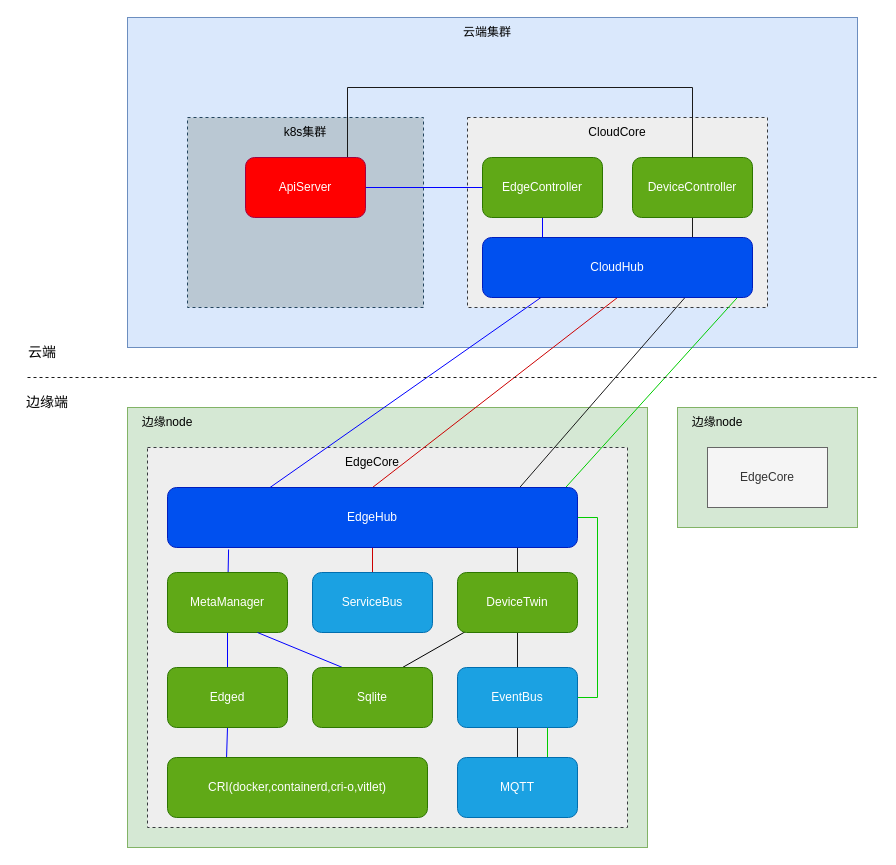
adtxgc/diagrams keeps this draw.io diagram as page "物理架构图" (2 of 2) of kubeedge架构图.drawio. Above is the earlier version. Source tidied: cells renumbered, new cells numbered last; positions are measured from the earlier drawing's top-left corner, leaving out a move shared by most shapes. Both pictures are drawn from the tidied source at 100%, with x=0, y=0 at pixel (17, 17).
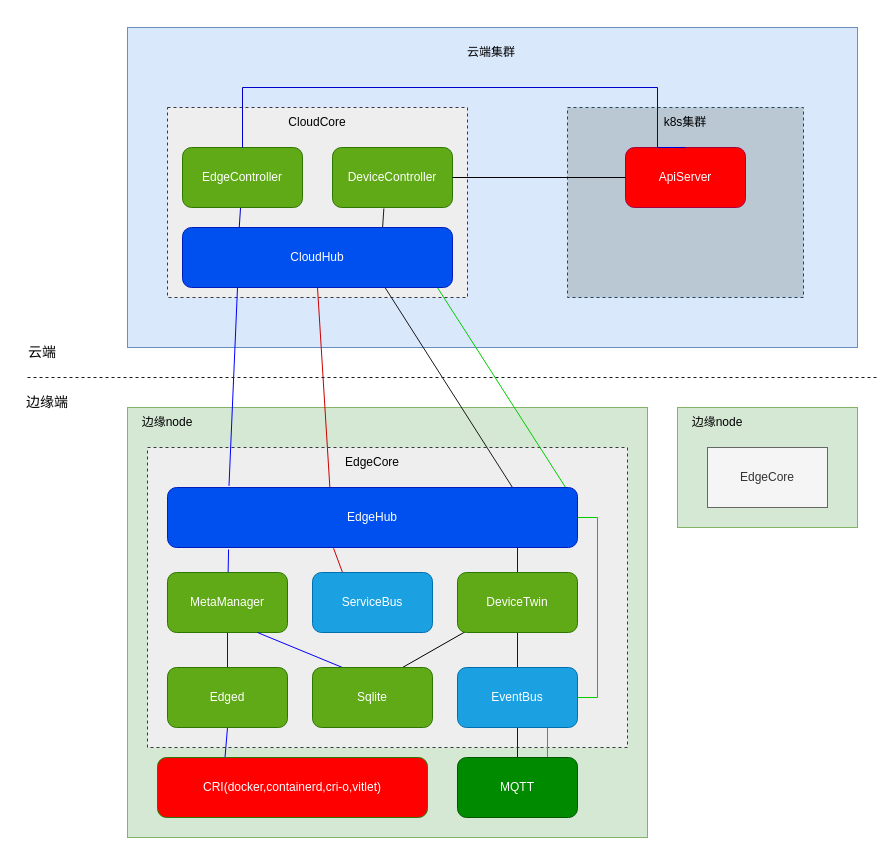
After the change.

Unchanged cells that the change refers to:
```xml
<mxCell id="24" value="EdgeHub" style="rounded=1;whiteSpace=wrap;html=1;fillColor=#0050ef;fontColor=#ffffff;strokeColor=#001DBC;" parent="1" vertex="1">
  <mxGeometry x="150" y="470" width="410" height="60" as="geometry" />
</mxCell>
<mxCell id="31" value="Edged" style="rounded=1;whiteSpace=wrap;html=1;fillColor=#60a917;fontColor=#ffffff;strokeColor=#2D7600;" parent="1" vertex="1">
  <mxGeometry x="150" y="650" width="120" height="60" as="geometry" />
</mxCell>
<mxCell id="35" value="ServiceBus" style="rounded=1;whiteSpace=wrap;html=1;fillColor=#1ba1e2;fontColor=#ffffff;strokeColor=#006EAF;" parent="1" vertex="1">
  <mxGeometry x="295" y="555" width="120" height="60" as="geometry" />
</mxCell>
```

The edit, as a diff of the source:
```diff
@@
     <mxCell id="2" style="rounded=0;whiteSpace=wrap;html=1;fillColor=#dae8fc;strokeColor=#6c8ebf;" parent="1" vertex="1">
-      <mxGeometry x="110" width="730" height="330" as="geometry" />
+      <mxGeometry x="110" y="10" width="730" height="320" as="geometry" />
     </mxCell>
     <mxCell id="3" style="rounded=0;whiteSpace=wrap;html=1;fillColor=#d5e8d4;strokeColor=#82b366;" parent="1" vertex="1">
-      <mxGeometry x="110" y="390" width="520" height="440" as="geometry" />
+      <mxGeometry x="110" y="390" width="520" height="430" as="geometry" />
     </mxCell>
@@
     <mxCell id="5" style="rounded=0;whiteSpace=wrap;html=1;dashed=1;fillColor=#eeeeee;strokeColor=#36393d;" parent="1" vertex="1">
-      <mxGeometry x="130" y="430" width="480" height="380" as="geometry" />
+      <mxGeometry x="130" y="430" width="480" height="300" as="geometry" />
     </mxCell>
-    <mxCell id="6" style="rounded=0;whiteSpace=wrap;html=1;dashed=1;fillColor=#bac8d3;strokeColor=#23445d;" parent="1" vertex="1">
-      <mxGeometry x="170" y="100" width="236" height="190" as="geometry" />
-    </mxCell>
     <mxCell id="7" style="rounded=0;whiteSpace=wrap;html=1;dashed=1;fillColor=#eeeeee;strokeColor=#36393d;" parent="1" vertex="1">
-      <mxGeometry x="450" y="100" width="300" height="190" as="geometry" />
+      <mxGeometry x="150" y="90" width="300" height="190" as="geometry" />
     </mxCell>
-    <mxCell id="8" style="edgeStyle=none;rounded=0;jettySize=auto;html=1;exitX=0.5;exitY=1;exitDx=0;exitDy=0;entryX=0.5;entryY=0;entryDx=0;entryDy=0;endArrow=none;endFill=0;strokeColor=#CC0000;" parent="1" edge="1" source="42" target="24">
+    <mxCell id="8" style="edgeStyle=none;rounded=0;jettySize=auto;html=1;exitX=0.5;exitY=1;exitDx=0;exitDy=0;entryX=0.396;entryY=0;entryDx=0;entryDy=0;endArrow=none;endFill=0;strokeColor=#CC0000;entryPerimeter=0;" parent="1" edge="1" source="42" target="24">
       <mxGeometry relative="1" as="geometry" />
     </mxCell>
-    <mxCell id="9" style="edgeStyle=none;rounded=0;jettySize=auto;html=1;exitX=0.75;exitY=1;exitDx=0;exitDy=0;entryX=0.859;entryY=0;entryDx=0;entryDy=0;endArrow=none;endFill=0;strokeColor=#1A1A1A;entryPerimeter=0;" parent="1" edge="1" source="42" target="24">
+    <mxCell id="9" style="edgeStyle=none;rounded=0;jettySize=auto;html=1;exitX=0.75;exitY=1;exitDx=0;exitDy=0;entryX=0.844;entryY=0.027;entryDx=0;entryDy=0;endArrow=none;endFill=0;strokeColor=#1A1A1A;entryPerimeter=0;" parent="1" edge="1" source="42" target="24">
       <mxGeometry relative="1" as="geometry" />
     </mxCell>
@@
-    <mxCell id="11" style="edgeStyle=none;rounded=0;jettySize=auto;html=1;entryX=0.25;entryY=0;entryDx=0;entryDy=0;endArrow=none;endFill=0;strokeColor=#0000FF;exitX=0.222;exitY=0.983;exitDx=0;exitDy=0;exitPerimeter=0;" parent="1" edge="1" source="42" target="24">
-      <mxGeometry relative="1" as="geometry" />
+    <mxCell id="11" style="edgeStyle=none;rounded=0;jettySize=auto;html=1;entryX=0.15;entryY=-0.027;entryDx=0;entryDy=0;endArrow=none;endFill=0;strokeColor=#0000FF;entryPerimeter=0;" parent="1" edge="1" target="24">
+      <mxGeometry relative="1" as="geometry">
+        <mxPoint x="220" y="270" as="sourcePoint" />
+      </mxGeometry>
     </mxCell>
-    <mxCell id="12" style="rounded=0;jettySize=auto;html=1;exitX=0.5;exitY=1;exitDx=0;exitDy=0;endArrow=none;endFill=0;strokeColor=#0000FF;" parent="1" edge="1" source="13">
-      <mxGeometry relative="1" as="geometry">
-        <mxPoint x="525" y="220" as="targetPoint" />
-      </mxGeometry>
-    </mxCell>
+    <mxCell id="50" style="rounded=0;jettySize=auto;html=1;entryX=0.21;entryY=0.013;entryDx=0;entryDy=0;strokeColor=#0000CC;endArrow=none;endFill=0;entryPerimeter=0;" parent="1" edge="1" source="13" target="42">
+      <mxGeometry relative="1" as="geometry" />
+    </mxCell>
     <mxCell id="13" value="EdgeController" style="rounded=1;whiteSpace=wrap;html=1;fillColor=#60a917;fontColor=#ffffff;strokeColor=#2D7600;" parent="1" vertex="1">
-      <mxGeometry x="465" y="140" width="120" height="60" as="geometry" />
+      <mxGeometry x="165" y="130" width="120" height="60" as="geometry" />
     </mxCell>
-    <mxCell id="14" style="edgeStyle=none;rounded=0;jettySize=auto;html=1;exitX=0.5;exitY=1;exitDx=0;exitDy=0;endArrow=none;endFill=0;strokeColor=#1A1A1A;" parent="1" edge="1" source="15">
-      <mxGeometry relative="1" as="geometry">
-        <mxPoint x="675" y="220" as="targetPoint" />
-      </mxGeometry>
+    <mxCell id="14" style="edgeStyle=none;rounded=0;jettySize=auto;html=1;exitX=0.428;exitY=1.016;exitDx=0;exitDy=0;endArrow=none;endFill=0;strokeColor=#1A1A1A;exitPerimeter=0;entryX=0.741;entryY=0.008;entryDx=0;entryDy=0;entryPerimeter=0;" parent="1" edge="1" source="15" target="42">
+      <mxGeometry relative="1" as="geometry" />
     </mxCell>
     <mxCell id="15" value="DeviceController" style="rounded=1;whiteSpace=wrap;html=1;fillColor=#60a917;fontColor=#ffffff;strokeColor=#2D7600;" parent="1" vertex="1">
-      <mxGeometry x="615" y="140" width="120" height="60" as="geometry" />
+      <mxGeometry x="315" y="130" width="120" height="60" as="geometry" />
     </mxCell>
     <mxCell id="16" value="CloudCore" style="text;html=1;strokeColor=none;fillColor=none;align=center;verticalAlign=middle;whiteSpace=wrap;rounded=0;" parent="1" vertex="1">
-      <mxGeometry x="570" y="100" width="60" height="30" as="geometry" />
+      <mxGeometry x="270" y="90" width="60" height="30" as="geometry" />
     </mxCell>
-    <mxCell id="17" style="rounded=0;jettySize=auto;html=1;exitX=1;exitY=0.5;exitDx=0;exitDy=0;entryX=0;entryY=0.5;entryDx=0;entryDy=0;endArrow=none;endFill=0;strokeColor=#0000FF;" parent="1" edge="1" source="19" target="13">
-      <mxGeometry relative="1" as="geometry" />
-    </mxCell>
-    <mxCell id="18" style="edgeStyle=orthogonalEdgeStyle;rounded=0;jettySize=auto;html=1;entryX=0.5;entryY=0;entryDx=0;entryDy=0;endArrow=none;endFill=0;strokeColor=#1A1A1A;" parent="1" edge="1" source="19" target="15">
-      <mxGeometry relative="1" as="geometry">
-        <Array as="points">
-          <mxPoint x="330" y="70" />
-          <mxPoint x="675" y="70" />
-        </Array>
-      </mxGeometry>
-    </mxCell>
-    <mxCell id="19" value="ApiServer" style="rounded=1;whiteSpace=wrap;html=1;fillColor=#FF0000;fontColor=#ffffff;strokeColor=#A50040;" parent="1" vertex="1">
-      <mxGeometry x="228" y="140" width="120" height="60" as="geometry" />
-    </mxCell>
@@
-    <mxCell id="23" style="edgeStyle=none;rounded=0;jettySize=auto;html=1;exitX=0.5;exitY=1;exitDx=0;exitDy=0;entryX=0.5;entryY=0;entryDx=0;entryDy=0;endArrow=none;endFill=0;strokeColor=#CC0000;" parent="1" edge="1" source="24" target="35">
+    <mxCell id="23" style="edgeStyle=none;rounded=0;jettySize=auto;html=1;exitX=0.405;exitY=1.013;exitDx=0;exitDy=0;entryX=0.25;entryY=0;entryDx=0;entryDy=0;endArrow=none;endFill=0;strokeColor=#CC0000;exitPerimeter=0;" parent="1" edge="1" source="24" target="35">
       <mxGeometry relative="1" as="geometry" />
     </mxCell>
@@
-    <mxCell id="30" style="edgeStyle=none;rounded=0;jettySize=auto;html=1;endArrow=none;endFill=0;strokeColor=#0000FF;entryX=0.227;entryY=0.017;entryDx=0;entryDy=0;exitX=0.5;exitY=1;exitDx=0;exitDy=0;entryPerimeter=0;" parent="1" edge="1" source="31" target="45">
-      <mxGeometry relative="1" as="geometry" />
+    <mxCell id="30" style="edgeStyle=none;rounded=0;jettySize=auto;html=1;endArrow=none;endFill=0;strokeColor=#0000FF;entryX=0.25;entryY=0;entryDx=0;entryDy=0;" parent="1" edge="1" target="45">
+      <mxGeometry relative="1" as="geometry">
+        <mxPoint x="210" y="710" as="sourcePoint" />
+      </mxGeometry>
     </mxCell>
@@
     <mxCell id="42" value="CloudHub" style="rounded=1;whiteSpace=wrap;html=1;fillColor=#0050ef;fontColor=#ffffff;strokeColor=#001DBC;" parent="1" vertex="1">
-      <mxGeometry x="465" y="220" width="270" height="60" as="geometry" />
+      <mxGeometry x="165" y="210" width="270" height="60" as="geometry" />
     </mxCell>
-    <mxCell id="43" value="k8s集群" style="text;html=1;strokeColor=none;fillColor=none;align=center;verticalAlign=middle;whiteSpace=wrap;rounded=0;" parent="1" vertex="1">
-      <mxGeometry x="258" y="100" width="60" height="30" as="geometry" />
-    </mxCell>
     <mxCell id="44" value="云端集群" style="text;html=1;strokeColor=none;fillColor=none;align=center;verticalAlign=middle;whiteSpace=wrap;rounded=0;" parent="1" vertex="1">
-      <mxGeometry x="440" width="60" height="30" as="geometry" />
+      <mxGeometry x="444" y="20" width="60" height="30" as="geometry" />
     </mxCell>
-    <mxCell id="45" value="CRI(docker,containerd,cri-o,vitlet)" style="rounded=1;whiteSpace=wrap;html=1;fillColor=#60a917;fontColor=#ffffff;strokeColor=#2D7600;" parent="1" vertex="1">
-      <mxGeometry x="150" y="740" width="260" height="60" as="geometry" />
+    <mxCell id="45" value="CRI(docker,containerd,cri-o,vitlet)" style="rounded=1;whiteSpace=wrap;html=1;fillColor=#FF0000;fontColor=#ffffff;strokeColor=#2D7600;" parent="1" vertex="1">
+      <mxGeometry x="140" y="740" width="270" height="60" as="geometry" />
     </mxCell>
-    <mxCell id="46" value="MQTT" style="rounded=1;whiteSpace=wrap;html=1;fillColor=#1ba1e2;fontColor=#ffffff;strokeColor=#006EAF;" parent="1" vertex="1">
+    <mxCell id="46" value="MQTT" style="rounded=1;whiteSpace=wrap;html=1;fillColor=#008a00;fontColor=#ffffff;strokeColor=#005700;" parent="1" vertex="1">
       <mxGeometry x="440" y="740" width="120" height="60" as="geometry" />
     </mxCell>
@@
+    <mxCell id="51" style="group;" parent="1" vertex="1">
+      <mxGeometry x="550" y="90" width="236" height="190" as="geometry" />
+    </mxCell>
+    <mxCell id="6" style="rounded=0;whiteSpace=wrap;html=1;dashed=1;fillColor=#bac8d3;strokeColor=#23445d;" parent="51" vertex="1">
+      <mxGeometry width="236" height="190" as="geometry" />
+    </mxCell>
+    <mxCell id="19" value="ApiServer" style="rounded=1;whiteSpace=wrap;html=1;fillColor=#FF0000;fontColor=#ffffff;strokeColor=#A50040;" parent="51" vertex="1">
+      <mxGeometry x="58" y="40" width="120" height="60" as="geometry" />
+    </mxCell>
+    <mxCell id="43" value="k8s集群" style="text;html=1;strokeColor=none;fillColor=none;align=center;verticalAlign=middle;whiteSpace=wrap;rounded=0;" parent="51" vertex="1">
+      <mxGeometry x="84" width="68" height="30" as="geometry" />
+    </mxCell>
+    <mxCell id="12" style="rounded=0;jettySize=auto;html=1;exitX=1;exitY=0.5;exitDx=0;exitDy=0;endArrow=none;endFill=0;strokeColor=#000000;entryX=0;entryY=0.5;entryDx=0;entryDy=0;" parent="1" edge="1" source="15" target="19">
+      <mxGeometry relative="1" as="geometry" />
+    </mxCell>
+    <mxCell id="52" style="edgeStyle=orthogonalEdgeStyle;rounded=0;jettySize=auto;html=1;entryX=0.5;entryY=0;entryDx=0;entryDy=0;endArrow=none;endFill=0;strokeColor=#0000CC;exitX=0.5;exitY=0;exitDx=0;exitDy=0;" parent="1" edge="1" source="13" target="19">
+      <mxGeometry relative="1" as="geometry">
+        <Array as="points">
+          <mxPoint x="225" y="70" />
+          <mxPoint x="640" y="70" />
+          <mxPoint x="640" y="130" />
+        </Array>
+      </mxGeometry>
+    </mxCell>
```
